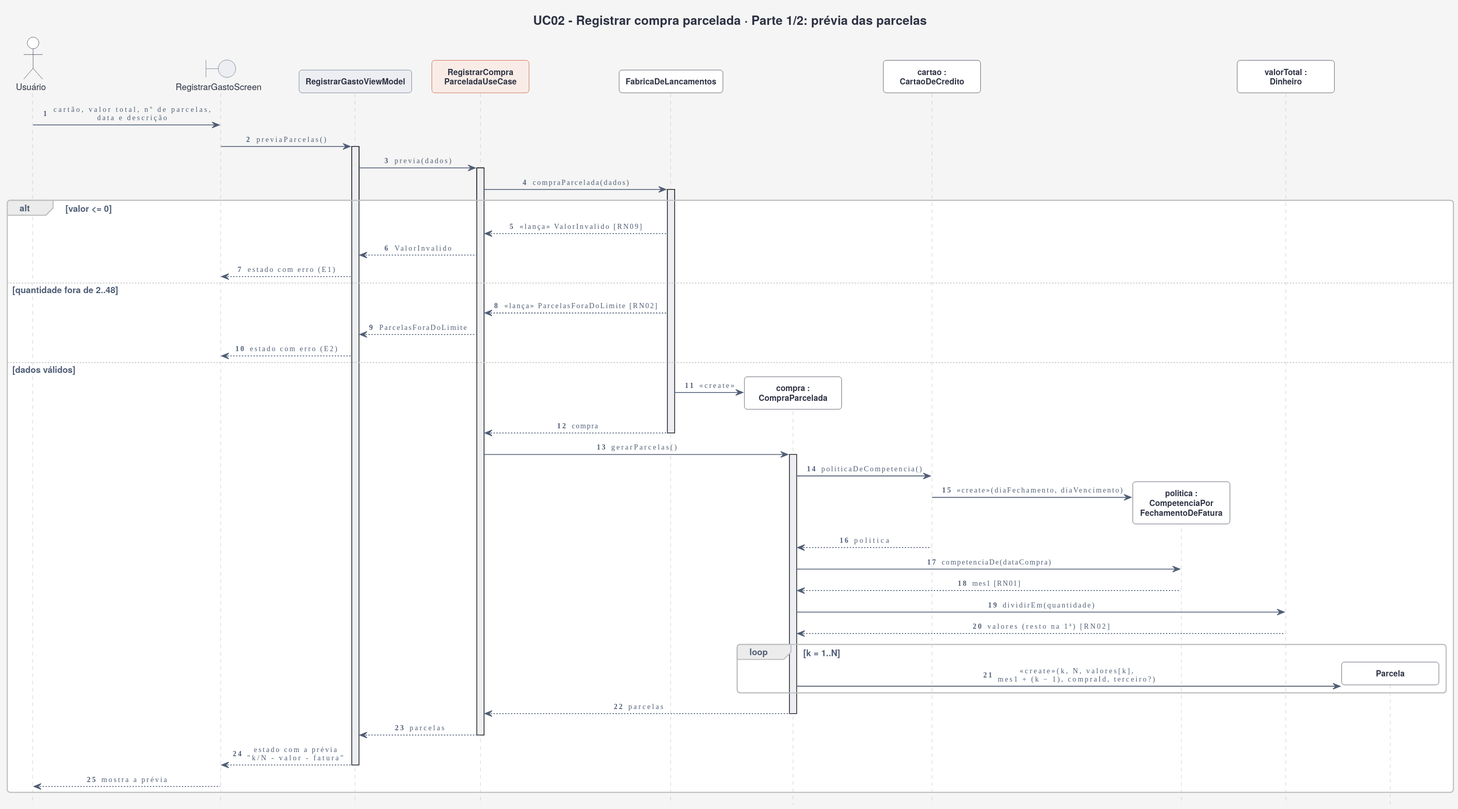
The PlantUML diagram docs/uml/sequencia-uc02-1-previa.svg in gabrielfbarbosa/gasto-certo, before a commit.
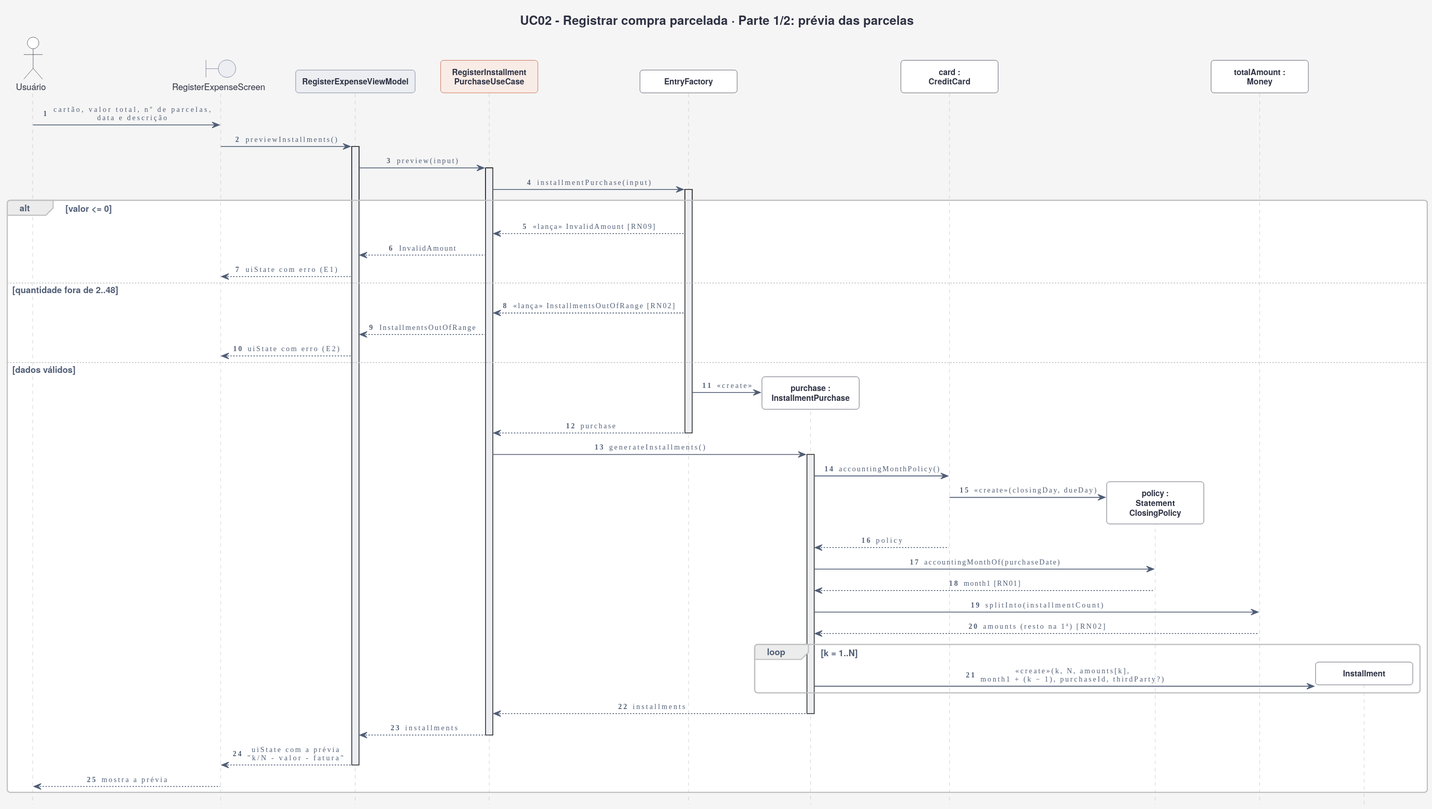
After the commit.

Change to the diagram source:
```diff
@@ -6,55 +6,55 @@
 title UC02 - Registrar compra parcelada · Parte 1/2: prévia das parcelas
 
 actor "Usuário" as U
-boundary "RegistrarGastoScreen" as Tela
-participant "RegistrarGastoViewModel" as VM <<viewmodel>>
-participant "RegistrarCompra\nParceladaUseCase" as UC <<foco>>
-participant "FabricaDeLancamentos" as Fab
-participant "compra :\nCompraParcelada" as CP
-participant "cartao :\nCartaoDeCredito" as Cartao
-participant "politica :\nCompetenciaPor\nFechamentoDeFatura" as Pol
-participant "valorTotal :\nDinheiro" as Din
-participant "Parcela" as Par
+boundary "RegisterExpenseScreen" as Tela
+participant "RegisterExpenseViewModel" as VM <<viewmodel>>
+participant "RegisterInstallment\nPurchaseUseCase" as UC <<foco>>
+participant "EntryFactory" as Fab
+participant "purchase :\nInstallmentPurchase" as CP
+participant "card :\nCreditCard" as Cartao
+participant "policy :\nStatement\nClosingPolicy" as Pol
+participant "totalAmount :\nMoney" as Din
+participant "Installment" as Par
 
 U -> Tela : cartão, valor total, nº de parcelas,\ndata e descrição
-Tela -> VM : previaParcelas()
+Tela -> VM : previewInstallments()
 activate VM
-VM -> UC : previa(dados)
+VM -> UC : preview(input)
 activate UC
-UC -> Fab : compraParcelada(dados)
+UC -> Fab : installmentPurchase(input)
 activate Fab
 alt valor <= 0
-  Fab --> UC : <<lança>> ValorInvalido [RN09]
-  UC --> VM : ValorInvalido
-  VM --> Tela : estado com erro (E1)
+  Fab --> UC : <<lança>> InvalidAmount [RN09]
+  UC --> VM : InvalidAmount
+  VM --> Tela : uiState com erro (E1)
 else quantidade fora de 2..48
-  Fab --> UC : <<lança>> ParcelasForaDoLimite [RN02]
-  UC --> VM : ParcelasForaDoLimite
-  VM --> Tela : estado com erro (E2)
+  Fab --> UC : <<lança>> InstallmentsOutOfRange [RN02]
+  UC --> VM : InstallmentsOutOfRange
+  VM --> Tela : uiState com erro (E2)
 else dados válidos
   create CP
   Fab -> CP : <<create>>
-  Fab --> UC : compra
+  Fab --> UC : purchase
   deactivate Fab
-  UC -> CP : gerarParcelas()
+  UC -> CP : generateInstallments()
   activate CP
-  CP -> Cartao : politicaDeCompetencia()
+  CP -> Cartao : accountingMonthPolicy()
   create Pol
-  Cartao -> Pol : <<create>>(diaFechamento, diaVencimento)
-  Cartao --> CP : politica
-  CP -> Pol : competenciaDe(dataCompra)
-  Pol --> CP : mes1 [RN01]
-  CP -> Din : dividirEm(quantidade)
-  Din --> CP : valores (resto na 1ª) [RN02]
+  Cartao -> Pol : <<create>>(closingDay, dueDay)
+  Cartao --> CP : policy
+  CP -> Pol : accountingMonthOf(purchaseDate)
+  Pol --> CP : month1 [RN01]
+  CP -> Din : splitInto(installmentCount)
+  Din --> CP : amounts (resto na 1ª) [RN02]
   loop k = 1..N
     create Par
-    CP -> Par : <<create>>(k, N, valores[k],\nmes1 + (k − 1), compraId, terceiro?)
+    CP -> Par : <<create>>(k, N, amounts[k],\nmonth1 + (k − 1), purchaseId, thirdParty?)
   end
-  CP --> UC : parcelas
+  CP --> UC : installments
   deactivate CP
-  UC --> VM : parcelas
+  UC --> VM : installments
   deactivate UC
-  VM --> Tela : estado com a prévia\n"k/N - valor - fatura"
+  VM --> Tela : uiState com a prévia\n"k/N - valor - fatura"
   deactivate VM
   Tela --> U : mostra a prévia
 end
```
